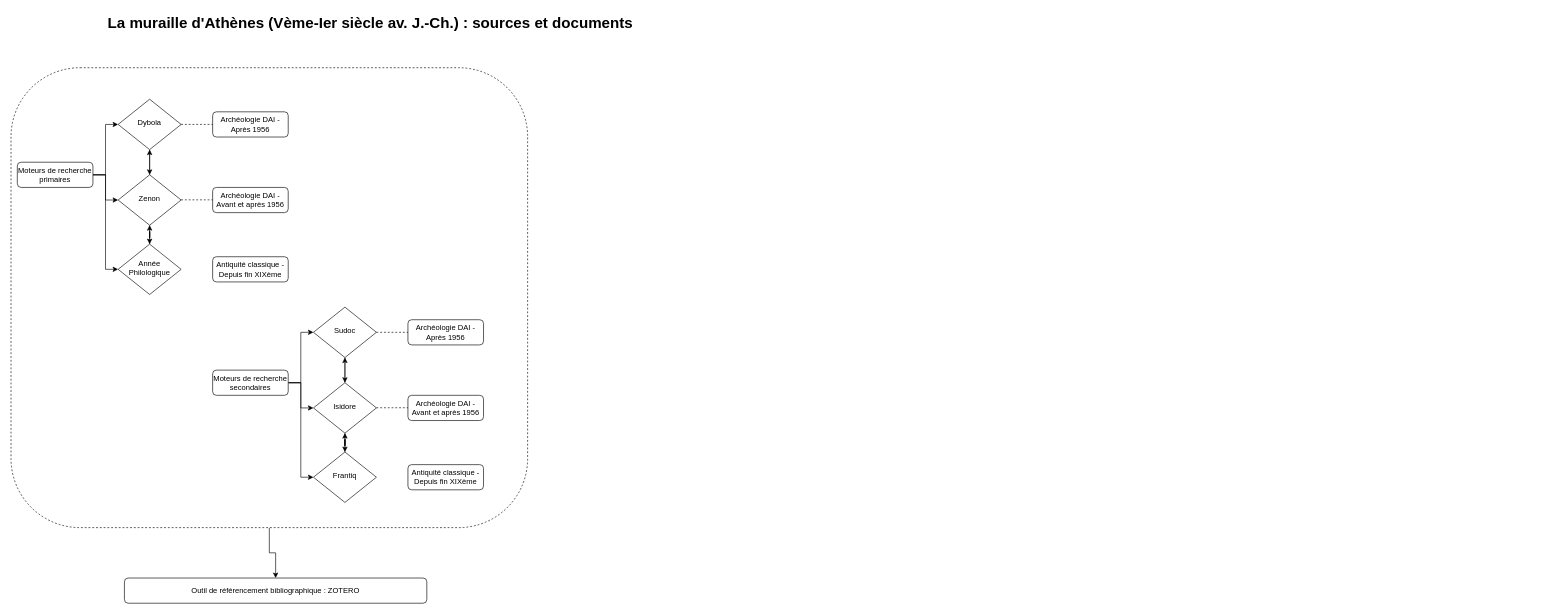
Earlier version of the draw.io diagram sources&doc.drawio (vincapozzoli/draw_diagrams). Source tidied: cells renumbered, new cells numbered last; positions are measured from the earlier drawing's top-left corner, leaving out a move shared by most shapes. Both pictures are drawn from the tidied source at 63%, with x=0, y=0 at pixel (11, 11).
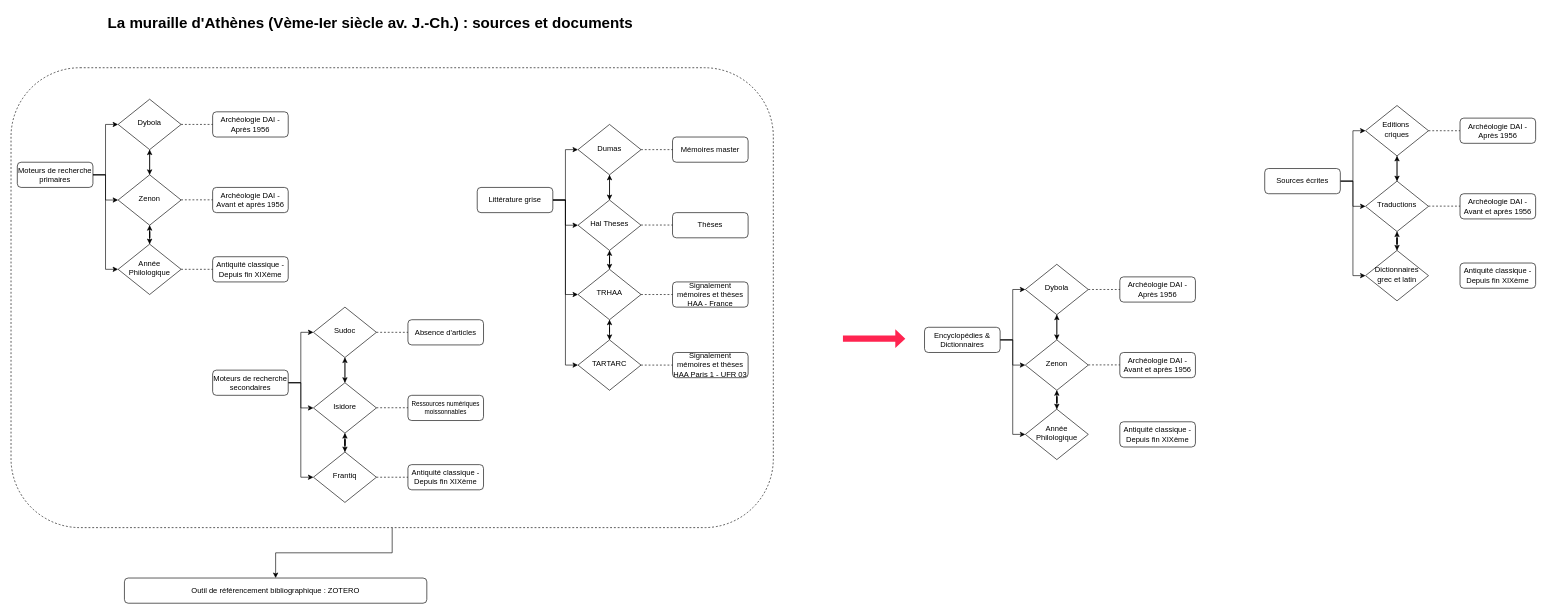
The same page after the edit.

Commit message (it also covers changes not shown here):
Mettre à jour sources&doc.drawio

Unchanged cells that the change refers to:
```xml
<mxCell id="17" value="Année Philologique" style="rhombus;whiteSpace=wrap;html=1;shadow=0;fontFamily=Helvetica;fontSize=12;align=center;strokeWidth=1;spacing=6;spacingTop=-4;" parent="1" vertex="1">
  <mxGeometry x="170" y="370" width="100" height="80" as="geometry" />
</mxCell>
<mxCell id="20" value="Antiquité classique - Depuis fin XIXème" style="rounded=1;whiteSpace=wrap;html=1;fontSize=12;glass=0;strokeWidth=1;shadow=0;" parent="1" vertex="1">
  <mxGeometry x="320" y="390" width="120" height="40" as="geometry" />
</mxCell>
<mxCell id="33" value="Frantiq" style="rhombus;whiteSpace=wrap;html=1;shadow=0;fontFamily=Helvetica;fontSize=12;align=center;strokeWidth=1;spacing=6;spacingTop=-4;" parent="1" vertex="1">
  <mxGeometry x="480" y="700" width="100" height="80" as="geometry" />
</mxCell>
<mxCell id="36" value="Antiquité classique - Depuis fin XIXème" style="rounded=1;whiteSpace=wrap;html=1;fontSize=12;glass=0;strokeWidth=1;shadow=0;" parent="1" vertex="1">
  <mxGeometry x="630" y="720" width="120" height="40" as="geometry" />
</mxCell>
```

What changed in the source:
```diff
@@
     <mxCell id="3" style="rounded=1;whiteSpace=wrap;html=1;dashed=1;" parent="1" vertex="1">
-      <mxGeometry y="90" width="820" height="730" as="geometry" />
+      <mxGeometry y="90" width="1210" height="730" as="geometry" />
     </mxCell>
@@
-    <mxCell id="27" value="Archéologie DAI -Après 1956" style="rounded=1;whiteSpace=wrap;html=1;fontSize=12;glass=0;strokeWidth=1;shadow=0;" parent="1" vertex="1">
+    <mxCell id="27" value="Absence d'articles" style="rounded=1;whiteSpace=wrap;html=1;fontSize=12;glass=0;strokeWidth=1;shadow=0;" parent="1" vertex="1">
       <mxGeometry x="630" y="490" width="120" height="40" as="geometry" />
     </mxCell>
@@
-    <mxCell id="31" value="Archéologie DAI -Avant et après 1956" style="rounded=1;whiteSpace=wrap;html=1;fontSize=12;glass=0;strokeWidth=1;shadow=0;" parent="1" vertex="1">
+    <mxCell id="31" value="Ressources numériques moissonnables" style="rounded=1;whiteSpace=wrap;html=1;fontSize=10;glass=0;strokeWidth=1;shadow=0;" parent="1" vertex="1">
       <mxGeometry x="630" y="610" width="120" height="40" as="geometry" />
     </mxCell>
@@
+    <mxCell id="39" style="edgeStyle=orthogonalEdgeStyle;rounded=0;jettySize=auto;html=1;exitX=1;exitY=0.5;exitDx=0;exitDy=0;" parent="1" edge="1" source="42" target="48">
+      <mxGeometry relative="1" as="geometry" />
+    </mxCell>
+    <mxCell id="40" style="edgeStyle=orthogonalEdgeStyle;rounded=0;jettySize=auto;html=1;exitX=1;exitY=0.5;exitDx=0;exitDy=0;entryX=0;entryY=0.5;entryDx=0;entryDy=0;" parent="1" edge="1" source="42" target="44">
+      <mxGeometry relative="1" as="geometry" />
+    </mxCell>
+    <mxCell id="41" style="edgeStyle=orthogonalEdgeStyle;rounded=0;jettySize=auto;html=1;exitX=1;exitY=0.5;exitDx=0;exitDy=0;entryX=0;entryY=0.5;entryDx=0;entryDy=0;" parent="1" edge="1" source="42" target="51">
+      <mxGeometry relative="1" as="geometry" />
+    </mxCell>
+    <mxCell id="42" value="Encyclopédies &amp;amp; Dictionnaires" style="rounded=1;whiteSpace=wrap;html=1;fontSize=12;glass=0;strokeWidth=1;shadow=0;" parent="1" vertex="1">
+      <mxGeometry x="1450" y="502" width="120" height="40" as="geometry" />
+    </mxCell>
+    <mxCell id="43" style="edgeStyle=orthogonalEdgeStyle;rounded=0;jettySize=auto;html=1;exitX=0.5;exitY=1;exitDx=0;exitDy=0;" parent="1" edge="1" source="44" target="48">
+      <mxGeometry relative="1" as="geometry" />
+    </mxCell>
+    <mxCell id="44" value="Dybola" style="rhombus;whiteSpace=wrap;html=1;shadow=0;fontFamily=Helvetica;fontSize=12;align=center;strokeWidth=1;spacing=6;spacingTop=-4;" parent="1" vertex="1">
+      <mxGeometry x="1610" y="402" width="100" height="80" as="geometry" />
+    </mxCell>
+    <mxCell id="45" value="Archéologie DAI -Après 1956" style="rounded=1;whiteSpace=wrap;html=1;fontSize=12;glass=0;strokeWidth=1;shadow=0;" parent="1" vertex="1">
+      <mxGeometry x="1760" y="422" width="120" height="40" as="geometry" />
+    </mxCell>
+    <mxCell id="46" style="edgeStyle=orthogonalEdgeStyle;rounded=0;jettySize=auto;html=1;" parent="1" edge="1" source="48" target="51">
+      <mxGeometry relative="1" as="geometry" />
+    </mxCell>
+    <mxCell id="47" style="edgeStyle=orthogonalEdgeStyle;rounded=0;jettySize=auto;html=1;exitX=0.5;exitY=0;exitDx=0;exitDy=0;entryX=0.5;entryY=1;entryDx=0;entryDy=0;" parent="1" edge="1" source="48" target="44">
+      <mxGeometry relative="1" as="geometry" />
+    </mxCell>
+    <mxCell id="48" value="Zenon" style="rhombus;whiteSpace=wrap;html=1;shadow=0;fontFamily=Helvetica;fontSize=12;align=center;strokeWidth=1;spacing=6;spacingTop=-4;" parent="1" vertex="1">
+      <mxGeometry x="1610" y="522" width="100" height="80" as="geometry" />
+    </mxCell>
+    <mxCell id="49" value="Archéologie DAI -Avant et après 1956" style="rounded=1;whiteSpace=wrap;html=1;fontSize=12;glass=0;strokeWidth=1;shadow=0;" parent="1" vertex="1">
+      <mxGeometry x="1760" y="542" width="120" height="40" as="geometry" />
+    </mxCell>
+    <mxCell id="50" style="edgeStyle=orthogonalEdgeStyle;rounded=0;jettySize=auto;html=1;entryX=0.5;entryY=1;entryDx=0;entryDy=0;" parent="1" edge="1" source="51" target="48">
+      <mxGeometry relative="1" as="geometry" />
+    </mxCell>
+    <mxCell id="51" value="Année Philologique" style="rhombus;whiteSpace=wrap;html=1;shadow=0;fontFamily=Helvetica;fontSize=12;align=center;strokeWidth=1;spacing=6;spacingTop=-4;" parent="1" vertex="1">
+      <mxGeometry x="1610" y="632" width="100" height="80" as="geometry" />
+    </mxCell>
+    <mxCell id="52" style="endArrow=none;dashed=1;html=1;rounded=0;exitX=1;exitY=0.5;exitDx=0;exitDy=0;entryX=0;entryY=0.5;entryDx=0;entryDy=0;" parent="1" edge="1" source="44" target="45">
+      <mxGeometry relative="1" as="geometry" />
+    </mxCell>
+    <mxCell id="53" style="endArrow=none;dashed=1;html=1;rounded=0;exitX=1;exitY=0.5;exitDx=0;exitDy=0;entryX=0;entryY=0.5;entryDx=0;entryDy=0;" parent="1" edge="1">
+      <mxGeometry relative="1" as="geometry">
+        <mxPoint x="1710" y="561.7" as="sourcePoint" />
+        <mxPoint x="1760" y="561.7" as="targetPoint" />
+      </mxGeometry>
+    </mxCell>
+    <mxCell id="54" value="Antiquité classique - Depuis fin XIXème" style="rounded=1;whiteSpace=wrap;html=1;fontSize=12;glass=0;strokeWidth=1;shadow=0;" parent="1" vertex="1">
+      <mxGeometry x="1760" y="652" width="120" height="40" as="geometry" />
+    </mxCell>
+    <mxCell id="55" style="shape=flexArrow;endArrow=classic;html=1;rounded=0;endWidth=18.846153846153847;endSize=4.9653846153846155;dashed=1;dashPattern=12 12;strokeColor=none;fillColor=#FF2450;" parent="1" edge="1">
+      <mxGeometry relative="1" as="geometry">
+        <mxPoint x="1320" y="520" as="sourcePoint" />
+        <mxPoint x="1420" y="520" as="targetPoint" />
+        <Array as="points">
+          <mxPoint x="1340" y="520" />
+        </Array>
+      </mxGeometry>
+    </mxCell>
+    <mxCell id="56" style="edgeStyle=orthogonalEdgeStyle;rounded=0;jettySize=auto;html=1;exitX=1;exitY=0.5;exitDx=0;exitDy=0;" parent="1" edge="1" source="59" target="65">
+      <mxGeometry relative="1" as="geometry" />
+    </mxCell>
+    <mxCell id="57" style="edgeStyle=orthogonalEdgeStyle;rounded=0;jettySize=auto;html=1;exitX=1;exitY=0.5;exitDx=0;exitDy=0;entryX=0;entryY=0.5;entryDx=0;entryDy=0;" parent="1" edge="1" source="59" target="61">
+      <mxGeometry relative="1" as="geometry" />
+    </mxCell>
+    <mxCell id="58" style="edgeStyle=orthogonalEdgeStyle;rounded=0;jettySize=auto;html=1;exitX=1;exitY=0.5;exitDx=0;exitDy=0;entryX=0;entryY=0.5;entryDx=0;entryDy=0;" parent="1" edge="1" source="59" target="68">
+      <mxGeometry relative="1" as="geometry" />
+    </mxCell>
+    <mxCell id="59" value="Sources écrites" style="rounded=1;whiteSpace=wrap;html=1;fontSize=12;glass=0;strokeWidth=1;shadow=0;" parent="1" vertex="1">
+      <mxGeometry x="1990" y="250" width="120" height="40" as="geometry" />
+    </mxCell>
+    <mxCell id="60" style="edgeStyle=orthogonalEdgeStyle;rounded=0;jettySize=auto;html=1;exitX=0.5;exitY=1;exitDx=0;exitDy=0;" parent="1" edge="1" source="61" target="65">
+      <mxGeometry relative="1" as="geometry" />
+    </mxCell>
+    <mxCell id="61" value="Editions&amp;nbsp;&lt;div&gt;criques&lt;/div&gt;" style="rhombus;whiteSpace=wrap;html=1;shadow=0;fontFamily=Helvetica;fontSize=12;align=center;strokeWidth=1;spacing=6;spacingTop=-4;" parent="1" vertex="1">
+      <mxGeometry x="2150" y="150" width="100" height="80" as="geometry" />
+    </mxCell>
+    <mxCell id="62" value="Archéologie DAI -Après 1956" style="rounded=1;whiteSpace=wrap;html=1;fontSize=12;glass=0;strokeWidth=1;shadow=0;" parent="1" vertex="1">
+      <mxGeometry x="2300" y="170" width="120" height="40" as="geometry" />
+    </mxCell>
+    <mxCell id="63" style="edgeStyle=orthogonalEdgeStyle;rounded=0;jettySize=auto;html=1;" parent="1" edge="1" source="65" target="68">
+      <mxGeometry relative="1" as="geometry" />
+    </mxCell>
+    <mxCell id="64" style="edgeStyle=orthogonalEdgeStyle;rounded=0;jettySize=auto;html=1;exitX=0.5;exitY=0;exitDx=0;exitDy=0;entryX=0.5;entryY=1;entryDx=0;entryDy=0;" parent="1" edge="1" source="65" target="61">
+      <mxGeometry relative="1" as="geometry" />
+    </mxCell>
+    <mxCell id="65" value="Traductions" style="rhombus;whiteSpace=wrap;html=1;shadow=0;fontFamily=Helvetica;fontSize=12;align=center;strokeWidth=1;spacing=6;spacingTop=-4;" parent="1" vertex="1">
+      <mxGeometry x="2150" y="270" width="100" height="80" as="geometry" />
+    </mxCell>
+    <mxCell id="66" value="Archéologie DAI -Avant et après 1956" style="rounded=1;whiteSpace=wrap;html=1;fontSize=12;glass=0;strokeWidth=1;shadow=0;" parent="1" vertex="1">
+      <mxGeometry x="2300" y="290" width="120" height="40" as="geometry" />
+    </mxCell>
+    <mxCell id="67" style="edgeStyle=orthogonalEdgeStyle;rounded=0;jettySize=auto;html=1;entryX=0.5;entryY=1;entryDx=0;entryDy=0;" parent="1" edge="1" source="68" target="65">
+      <mxGeometry relative="1" as="geometry" />
+    </mxCell>
+    <mxCell id="68" value="Dictionnaires grec et latin" style="rhombus;whiteSpace=wrap;html=1;shadow=0;fontFamily=Helvetica;fontSize=12;align=center;strokeWidth=1;spacing=6;spacingTop=-4;" parent="1" vertex="1">
+      <mxGeometry x="2150" y="380" width="100" height="80" as="geometry" />
+    </mxCell>
+    <mxCell id="69" style="endArrow=none;dashed=1;html=1;rounded=0;exitX=1;exitY=0.5;exitDx=0;exitDy=0;entryX=0;entryY=0.5;entryDx=0;entryDy=0;" parent="1" edge="1" source="61" target="62">
+      <mxGeometry relative="1" as="geometry" />
+    </mxCell>
+    <mxCell id="70" style="endArrow=none;dashed=1;html=1;rounded=0;exitX=1;exitY=0.5;exitDx=0;exitDy=0;entryX=0;entryY=0.5;entryDx=0;entryDy=0;" parent="1" edge="1">
+      <mxGeometry relative="1" as="geometry">
+        <mxPoint x="2250" y="309.7" as="sourcePoint" />
+        <mxPoint x="2300" y="309.7" as="targetPoint" />
+      </mxGeometry>
+    </mxCell>
+    <mxCell id="71" value="Antiquité classique - Depuis fin XIXème" style="rounded=1;whiteSpace=wrap;html=1;fontSize=12;glass=0;strokeWidth=1;shadow=0;" parent="1" vertex="1">
+      <mxGeometry x="2300" y="400" width="120" height="40" as="geometry" />
+    </mxCell>
+    <mxCell id="72" style="edgeStyle=orthogonalEdgeStyle;rounded=0;jettySize=auto;html=1;exitX=1;exitY=0.5;exitDx=0;exitDy=0;" parent="1" edge="1" source="76" target="82">
+      <mxGeometry relative="1" as="geometry" />
+    </mxCell>
+    <mxCell id="73" style="edgeStyle=orthogonalEdgeStyle;rounded=0;jettySize=auto;html=1;exitX=1;exitY=0.5;exitDx=0;exitDy=0;entryX=0;entryY=0.5;entryDx=0;entryDy=0;" parent="1" edge="1" source="76" target="78">
+      <mxGeometry relative="1" as="geometry" />
+    </mxCell>
+    <mxCell id="74" style="edgeStyle=orthogonalEdgeStyle;rounded=0;jettySize=auto;html=1;exitX=1;exitY=0.5;exitDx=0;exitDy=0;entryX=0;entryY=0.5;entryDx=0;entryDy=0;" parent="1" edge="1" source="76" target="86">
+      <mxGeometry relative="1" as="geometry" />
+    </mxCell>
+    <mxCell id="75" style="edgeStyle=orthogonalEdgeStyle;rounded=0;jettySize=auto;html=1;exitX=1;exitY=0.5;exitDx=0;exitDy=0;entryX=0;entryY=0.5;entryDx=0;entryDy=0;" parent="1" edge="1" source="76" target="94">
+      <mxGeometry relative="1" as="geometry" />
+    </mxCell>
+    <mxCell id="76" value="Littérature grise" style="rounded=1;whiteSpace=wrap;html=1;fontSize=12;glass=0;strokeWidth=1;shadow=0;" parent="1" vertex="1">
+      <mxGeometry x="740" y="280" width="120" height="40" as="geometry" />
+    </mxCell>
+    <mxCell id="77" style="edgeStyle=orthogonalEdgeStyle;rounded=0;jettySize=auto;html=1;exitX=0.5;exitY=1;exitDx=0;exitDy=0;" parent="1" edge="1" source="78" target="82">
+      <mxGeometry relative="1" as="geometry" />
+    </mxCell>
+    <mxCell id="78" value="Dumas" style="rhombus;whiteSpace=wrap;html=1;shadow=0;fontFamily=Helvetica;fontSize=12;align=center;strokeWidth=1;spacing=6;spacingTop=-4;" parent="1" vertex="1">
+      <mxGeometry x="900" y="180" width="100" height="80" as="geometry" />
+    </mxCell>
+    <mxCell id="79" value="Mémoires master" style="rounded=1;whiteSpace=wrap;html=1;fontSize=12;glass=0;strokeWidth=1;shadow=0;" parent="1" vertex="1">
+      <mxGeometry x="1050" y="200" width="120" height="40" as="geometry" />
+    </mxCell>
+    <mxCell id="80" style="edgeStyle=orthogonalEdgeStyle;rounded=0;jettySize=auto;html=1;" parent="1" edge="1" source="82" target="86">
+      <mxGeometry relative="1" as="geometry" />
+    </mxCell>
+    <mxCell id="81" style="edgeStyle=orthogonalEdgeStyle;rounded=0;jettySize=auto;html=1;exitX=0.5;exitY=0;exitDx=0;exitDy=0;entryX=0.5;entryY=1;entryDx=0;entryDy=0;" parent="1" edge="1" source="82" target="78">
+      <mxGeometry relative="1" as="geometry" />
+    </mxCell>
+    <mxCell id="82" value="Hal Theses" style="rhombus;whiteSpace=wrap;html=1;shadow=0;fontFamily=Helvetica;fontSize=12;align=center;strokeWidth=1;spacing=6;spacingTop=-4;" parent="1" vertex="1">
+      <mxGeometry x="900" y="300" width="100" height="80" as="geometry" />
+    </mxCell>
+    <mxCell id="83" value="Thèses" style="rounded=1;whiteSpace=wrap;html=1;fontSize=12;glass=0;strokeWidth=1;shadow=0;" parent="1" vertex="1">
+      <mxGeometry x="1050" y="320" width="120" height="40" as="geometry" />
+    </mxCell>
+    <mxCell id="84" style="edgeStyle=orthogonalEdgeStyle;rounded=0;jettySize=auto;html=1;entryX=0.5;entryY=1;entryDx=0;entryDy=0;" parent="1" edge="1" source="86" target="82">
+      <mxGeometry relative="1" as="geometry" />
+    </mxCell>
+    <mxCell id="85" style="edgeStyle=orthogonalEdgeStyle;rounded=0;jettySize=auto;html=1;" parent="1" edge="1" source="86" target="94">
+      <mxGeometry relative="1" as="geometry" />
+    </mxCell>
+    <mxCell id="86" value="TRHAA" style="rhombus;whiteSpace=wrap;html=1;shadow=0;fontFamily=Helvetica;fontSize=12;align=center;strokeWidth=1;spacing=6;spacingTop=-4;" parent="1" vertex="1">
+      <mxGeometry x="900" y="410" width="100" height="80" as="geometry" />
+    </mxCell>
+    <mxCell id="87" style="endArrow=none;dashed=1;html=1;rounded=0;exitX=1;exitY=0.5;exitDx=0;exitDy=0;entryX=0;entryY=0.5;entryDx=0;entryDy=0;" parent="1" edge="1" source="78" target="79">
+      <mxGeometry relative="1" as="geometry" />
+    </mxCell>
+    <mxCell id="88" style="endArrow=none;dashed=1;html=1;rounded=0;exitX=1;exitY=0.5;exitDx=0;exitDy=0;entryX=0;entryY=0.5;entryDx=0;entryDy=0;" parent="1" edge="1">
+      <mxGeometry relative="1" as="geometry">
+        <mxPoint x="1000" y="339.7" as="sourcePoint" />
+        <mxPoint x="1050" y="339.7" as="targetPoint" />
+      </mxGeometry>
+    </mxCell>
+    <mxCell id="89" value="Signalement mémoires et thèses HAA - France" style="rounded=1;whiteSpace=wrap;html=1;fontSize=12;glass=0;strokeWidth=1;shadow=0;" parent="1" vertex="1">
+      <mxGeometry x="1050" y="430" width="120" height="40" as="geometry" />
+    </mxCell>
+    <mxCell id="90" style="endArrow=none;dashed=1;html=1;rounded=0;exitX=1;exitY=0.5;exitDx=0;exitDy=0;entryX=0;entryY=0.5;entryDx=0;entryDy=0;" parent="1" edge="1" source="17" target="20">
+      <mxGeometry relative="1" as="geometry" />
+    </mxCell>
+    <mxCell id="91" style="endArrow=none;dashed=1;html=1;rounded=0;exitX=1;exitY=0.5;exitDx=0;exitDy=0;entryX=0;entryY=0.5;entryDx=0;entryDy=0;" parent="1" edge="1" source="33" target="36">
+      <mxGeometry relative="1" as="geometry" />
+    </mxCell>
+    <mxCell id="92" style="endArrow=none;dashed=1;html=1;rounded=0;exitX=1;exitY=0.5;exitDx=0;exitDy=0;entryX=0;entryY=0.5;entryDx=0;entryDy=0;" parent="1" edge="1" source="86" target="89">
+      <mxGeometry relative="1" as="geometry">
+        <Array as="points">
+          <mxPoint x="1030" y="450" />
+        </Array>
+      </mxGeometry>
+    </mxCell>
+    <mxCell id="93" style="edgeStyle=orthogonalEdgeStyle;rounded=0;jettySize=auto;html=1;exitX=0.5;exitY=0;exitDx=0;exitDy=0;entryX=0.5;entryY=1;entryDx=0;entryDy=0;" parent="1" edge="1" source="94" target="86">
+      <mxGeometry relative="1" as="geometry" />
+    </mxCell>
+    <mxCell id="94" value="TARTARC" style="rhombus;whiteSpace=wrap;html=1;shadow=0;fontFamily=Helvetica;fontSize=12;align=center;strokeWidth=1;spacing=6;spacingTop=-4;" parent="1" vertex="1">
+      <mxGeometry x="900" y="522" width="100" height="80" as="geometry" />
+    </mxCell>
+    <mxCell id="95" value="Signalement mémoires et thèses HAA Paris 1 - UFR 03" style="rounded=1;whiteSpace=wrap;html=1;fontSize=12;glass=0;strokeWidth=1;shadow=0;" parent="1" vertex="1">
+      <mxGeometry x="1050" y="542" width="120" height="40" as="geometry" />
+    </mxCell>
+    <mxCell id="96" style="endArrow=none;dashed=1;html=1;rounded=0;exitX=1;exitY=0.5;exitDx=0;exitDy=0;entryX=0;entryY=0.5;entryDx=0;entryDy=0;" parent="1" edge="1" target="95">
+      <mxGeometry relative="1" as="geometry">
+        <mxPoint x="1000" y="562" as="sourcePoint" />
+        <Array as="points">
+          <mxPoint x="1030" y="562" />
+        </Array>
+      </mxGeometry>
+    </mxCell>
```
